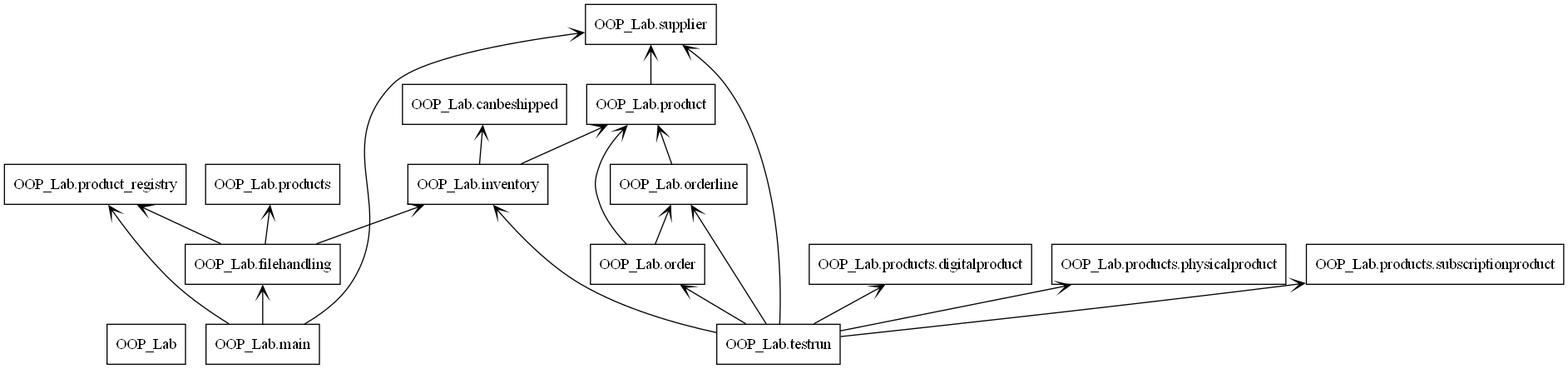
Before: OOP_Lab/packages_InventoryProject.png, a diagram exported from PlantUML (SYnthestic/INF1103lab2). Its source is kept beside it as OOP_Lab/packages_InventoryProject.puml.
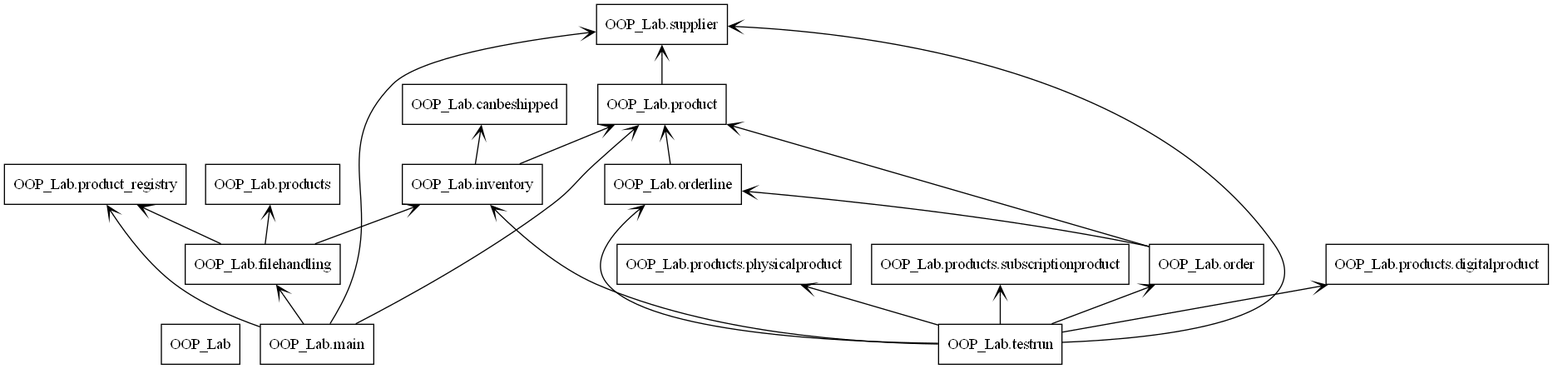
Later version of the same file.

Change to the diagram source:
```diff
@@ -36,6 +36,7 @@
 OOP_Lab.inventory --> OOP_Lab.canbeshipped
 OOP_Lab.inventory --> OOP_Lab.product
 OOP_Lab.main --> OOP_Lab.filehandling
+OOP_Lab.main --> OOP_Lab.product
 OOP_Lab.main --> OOP_Lab.product_registry
 OOP_Lab.main --> OOP_Lab.supplier
 OOP_Lab.order --> OOP_Lab.orderline
```
